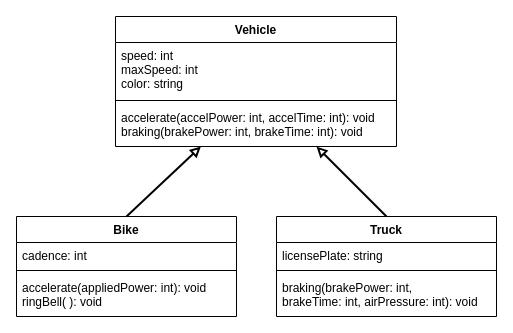
Above: drawio/classDiagram.drawio in Aidan-Lalonde-Novales/ics4u-unit2-10-typescript (draw.io), before the change. Source tidied: cells renumbered, new cells numbered last; positions are measured from the earlier drawing's top-left corner, leaving out a move shared by most shapes. Both pictures are drawn from the tidied source at 100%, with x=0, y=0 at pixel (16, 16).
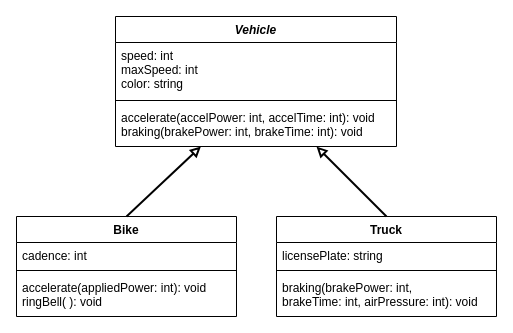
After the change.

Diff of the diagram source:
```diff
@@
 <mxGraphModel>
   <root>
     <mxCell id="0" />
     <mxCell id="1" parent="0" />
-    <mxCell id="2" value="Vehicle" style="swimlane;fontStyle=1;align=center;verticalAlign=top;horizontal=1;startSize=26;" parent="1" vertex="1">
+    <mxCell id="2" value="Vehicle" style="swimlane;fontStyle=3;align=center;verticalAlign=top;horizontal=1;startSize=26;" parent="1" vertex="1">
       <mxGeometry x="99" width="281" height="130" as="geometry" />
     </mxCell>
     <mxCell id="3" value="speed: int&#10;maxSpeed: int&#10;color: string" style="text;strokeColor=none;fillColor=none;align=left;verticalAlign=top;spacingLeft=4;spacingRight=4;overflow=hidden;" parent="2" vertex="1">
       <mxGeometry y="26" width="281" height="54" as="geometry" />
     </mxCell>
     <mxCell id="4" style="line;strokeWidth=1;fillColor=none;align=left;verticalAlign=middle;spacingTop=-1;spacingLeft=3;spacingRight=3;labelPosition=right;" parent="2" vertex="1">
       <mxGeometry y="80" width="281" height="8" as="geometry" />
     </mxCell>
     <mxCell id="5" value="accelerate(accelPower: int, accelTime: int): void&#10;braking(brakePower: int, brakeTime: int): void" style="text;strokeColor=none;fillColor=none;align=left;verticalAlign=top;spacingLeft=4;spacingRight=4;overflow=hidden;points=[[0,0.5],[1,0.5]];portConstraint=eastwest;" parent="2" vertex="1">
       <mxGeometry y="88" width="281" height="42" as="geometry" />
     </mxCell>
     <mxCell id="6" value="Bike" style="swimlane;fontStyle=1;align=center;verticalAlign=top;horizontal=1;startSize=26;" parent="1" vertex="1">
       <mxGeometry y="200" width="220" height="100" as="geometry" />
     </mxCell>
     <mxCell id="7" value="cadence: int" style="text;strokeColor=none;fillColor=none;align=left;verticalAlign=top;spacingLeft=4;spacingRight=4;overflow=hidden;" parent="6" vertex="1">
       <mxGeometry y="26" width="220" height="24" as="geometry" />
     </mxCell>
     <mxCell id="8" style="line;strokeWidth=1;fillColor=none;align=left;verticalAlign=middle;spacingTop=-1;spacingLeft=3;spacingRight=3;labelPosition=right;" parent="6" vertex="1">
       <mxGeometry y="50" width="220" height="8" as="geometry" />
     </mxCell>
     <mxCell id="9" value="accelerate(appliedPower: int): void&#10;ringBell( ): void" style="text;strokeColor=none;fillColor=none;align=left;verticalAlign=top;spacingLeft=4;spacingRight=4;overflow=hidden;" parent="6" vertex="1">
       <mxGeometry y="58" width="220" height="42" as="geometry" />
     </mxCell>
     <mxCell id="10" value="Truck" style="swimlane;fontStyle=1;align=center;verticalAlign=top;horizontal=1;startSize=26;" parent="1" vertex="1">
       <mxGeometry x="260" y="200" width="220" height="100" as="geometry" />
     </mxCell>
     <mxCell id="11" value="licensePlate: string" style="text;strokeColor=none;fillColor=none;align=left;verticalAlign=top;spacingLeft=4;spacingRight=4;overflow=hidden;" parent="10" vertex="1">
       <mxGeometry y="26" width="220" height="24" as="geometry" />
     </mxCell>
     <mxCell id="12" style="line;strokeWidth=1;fillColor=none;align=left;verticalAlign=middle;spacingTop=-1;spacingLeft=3;spacingRight=3;labelPosition=right;" parent="10" vertex="1">
       <mxGeometry y="50" width="220" height="8" as="geometry" />
     </mxCell>
     <mxCell id="13" value="braking(brakePower: int, &#10;brakeTime: int, airPressure: int): void" style="text;strokeColor=none;fillColor=none;align=left;verticalAlign=top;spacingLeft=4;spacingRight=4;overflow=hidden;" parent="10" vertex="1">
       <mxGeometry y="58" width="220" height="42" as="geometry" />
     </mxCell>
     <mxCell id="14" style="edgeStyle=none;html=1;exitX=0.5;exitY=0;exitDx=0;exitDy=0;strokeWidth=2;endArrow=block;endFill=0;entryX=0.304;entryY=0.998;entryDx=0;entryDy=0;entryPerimeter=0;" parent="1" edge="1" source="6" target="5">
       <mxGeometry relative="1" as="geometry" />
     </mxCell>
     <mxCell id="15" style="edgeStyle=none;html=1;exitX=0.5;exitY=0;exitDx=0;exitDy=0;strokeWidth=2;endArrow=block;endFill=0;" parent="1" edge="1" source="10">
       <mxGeometry relative="1" as="geometry">
         <mxPoint x="300" y="130" as="targetPoint" />
       </mxGeometry>
     </mxCell>
   </root>
 </mxGraphModel>
```
